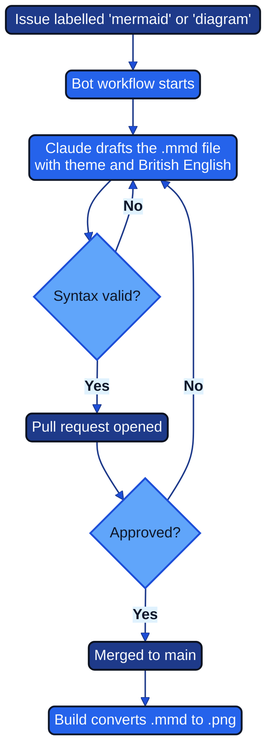
Geonitab/architecture_as_code keeps this Mermaid diagram as docs/images/mermaid_bot_workflow.png. Above is the earlier version. Its source is kept beside it as docs/images/mermaid_bot_workflow.mmd.
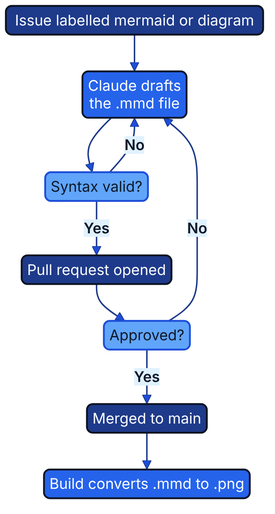
After the commit.

Diff of the diagram source:
```diff
@@ -1,10 +1,16 @@
-graph TD
-    Start([Issue labelled 'mermaid' or 'diagram']):::geon-primary --> Workflow[Bot workflow starts]:::geon-accent
-    Workflow --> Draft["Claude drafts the .mmd file<br/>with theme and British English"]:::geon-accent
-    Draft --> Validate{Syntax valid?}:::geon-highlight
-    Validate -->|No| Draft
-    Validate -->|Yes| PR[Pull request opened]:::geon-primary
-    PR --> Approve{Approved?}:::geon-highlight
-    Approve -->|No| Draft
-    Approve -->|Yes| Merge[Merged to main]:::geon-primary
-    Merge --> Build[Build converts .mmd to .png]:::geon-accent
+flowchart TB
+    Start(["Issue labelled mermaid or diagram"]):::geon-primary
+    Draft["Claude drafts<br/>the .mmd file"]:::geon-accent
+    Validate("Syntax valid?"):::geon-highlight
+    PR["Pull request opened"]:::geon-primary
+    Approve("Approved?"):::geon-highlight
+    Merge["Merged to main"]:::geon-primary
+    Build["Build converts .mmd to .png"]:::geon-accent
+    Start --> Draft
+    Draft --> Validate
+    Validate -->|"No"| Draft
+    Validate -->|"Yes"| PR
+    PR --> Approve
+    Approve -->|"No"| Draft
+    Approve -->|"Yes"| Merge
+    Merge --> Build
```
